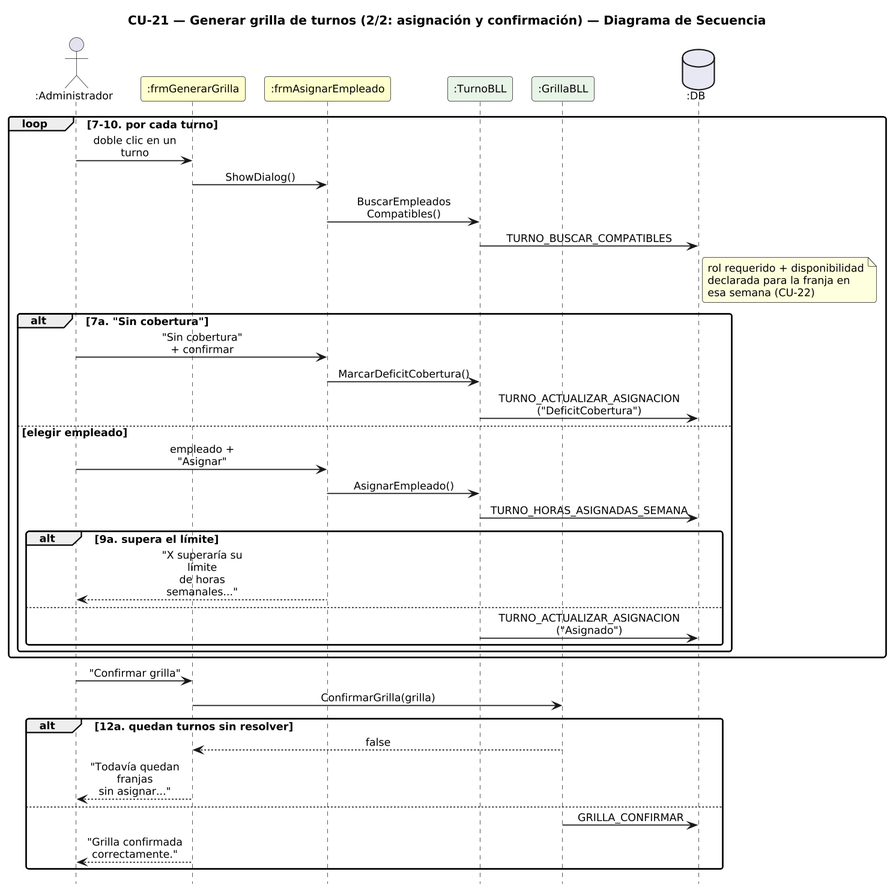
Earlier version of the PlantUML export DIAGRAMAS/DiagramaSecuencia_CU21b_GenerarGrilla_Asignacion.png (Urrels/ingenieria_software).
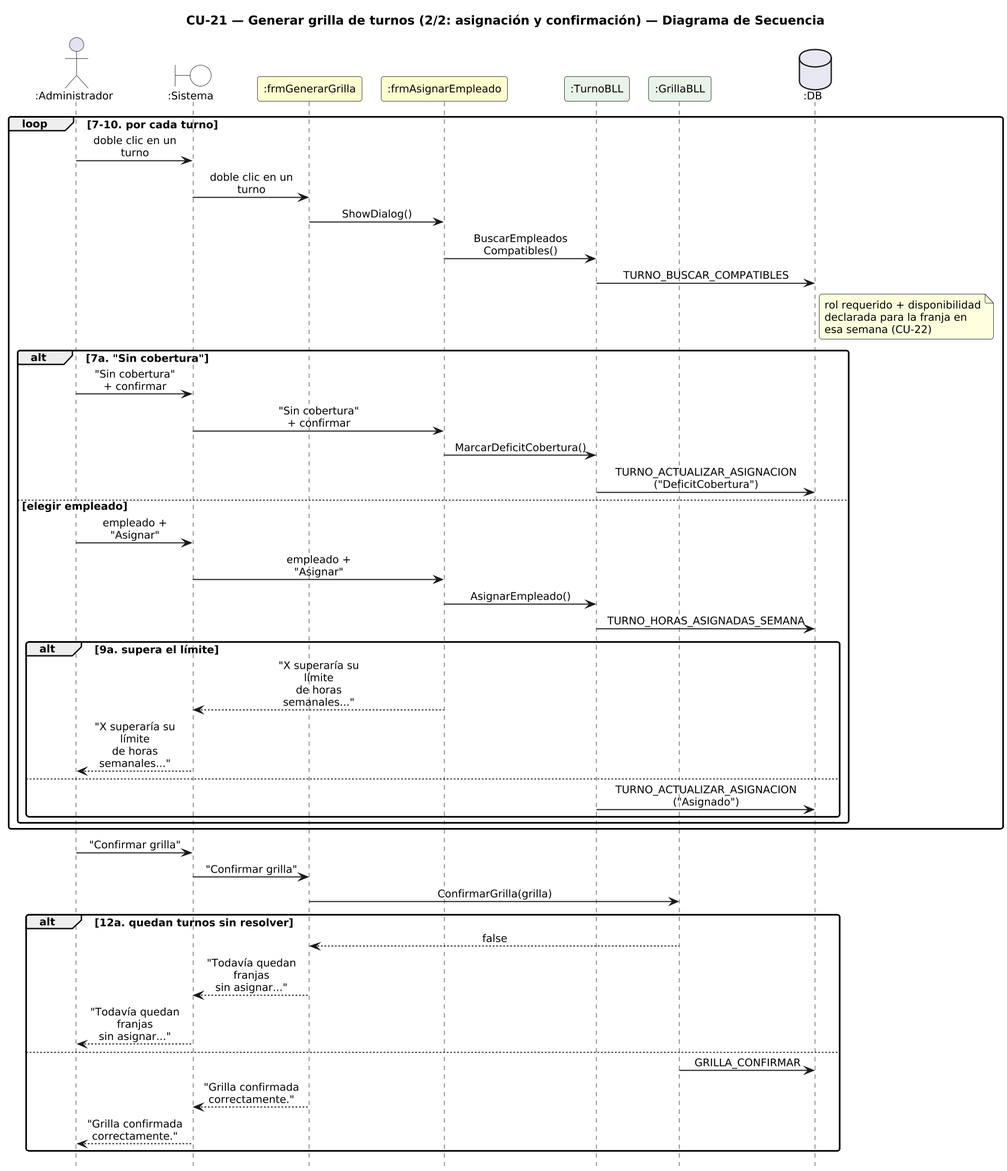
The same file after the commit.

Change to the diagram source:
```diff
@@ -14,6 +14,7 @@
 hide footbox
 
 actor ":Administrador" as A
+boundary ":Sistema" as SYS #FFFFFF
 participant ":frmGenerarGrilla" as F #FEFECE
 participant ":frmAsignarEmpleado" as AE #FEFECE
 participant ":TurnoBLL" as T #E8F4E8
@@ -21,34 +22,41 @@
 database ":DB" as DB #E8E8F4
 
 loop 7-10. por cada turno
-  A -> F : doble clic en un turno
+  A -> SYS : doble clic en un turno
+  SYS -> F : doble clic en un turno
   F -> AE : ShowDialog()
   AE -> T : BuscarEmpleados\nCompatibles()
   T -> DB : TURNO_BUSCAR_COMPATIBLES
   note right of DB : rol requerido + disponibilidad\ndeclarada para la franja en\nesa semana (CU-22)
   alt 7a. "Sin cobertura"
-    A -> AE : "Sin cobertura"\n+ confirmar
+    A -> SYS : "Sin cobertura"\n+ confirmar
+    SYS -> AE : "Sin cobertura"\n+ confirmar
     AE -> T : MarcarDeficitCobertura()
     T -> DB : TURNO_ACTUALIZAR_ASIGNACION\n("DeficitCobertura")
   else elegir empleado
-    A -> AE : empleado + "Asignar"
+    A -> SYS : empleado + "Asignar"
+    SYS -> AE : empleado + "Asignar"
     AE -> T : AsignarEmpleado()
     T -> DB : TURNO_HORAS_ASIGNADAS_SEMANA
     alt 9a. supera el límite
-      AE --> A : "X superaría su límite\nde horas semanales..."
+      AE --> SYS : "X superaría su límite\nde horas semanales..."
+      SYS --> A : "X superaría su límite\nde horas semanales..."
     else
       T -> DB : TURNO_ACTUALIZAR_ASIGNACION\n("Asignado")
     end
   end
 end
-A -> F : "Confirmar grilla"
+A -> SYS : "Confirmar grilla"
+SYS -> F : "Confirmar grilla"
 F -> G : ConfirmarGrilla(grilla)
 alt 12a. quedan turnos sin resolver
   G --> F : false
-  F --> A : "Todavía quedan franjas\nsin asignar..."
+  F --> SYS : "Todavía quedan franjas\nsin asignar..."
+  SYS --> A : "Todavía quedan franjas\nsin asignar..."
 else
   G -> DB : GRILLA_CONFIRMAR
-  F --> A : "Grilla confirmada\ncorrectamente."
+  F --> SYS : "Grilla confirmada\ncorrectamente."
+  SYS --> A : "Grilla confirmada\ncorrectamente."
 end
 
 @enduml
```
